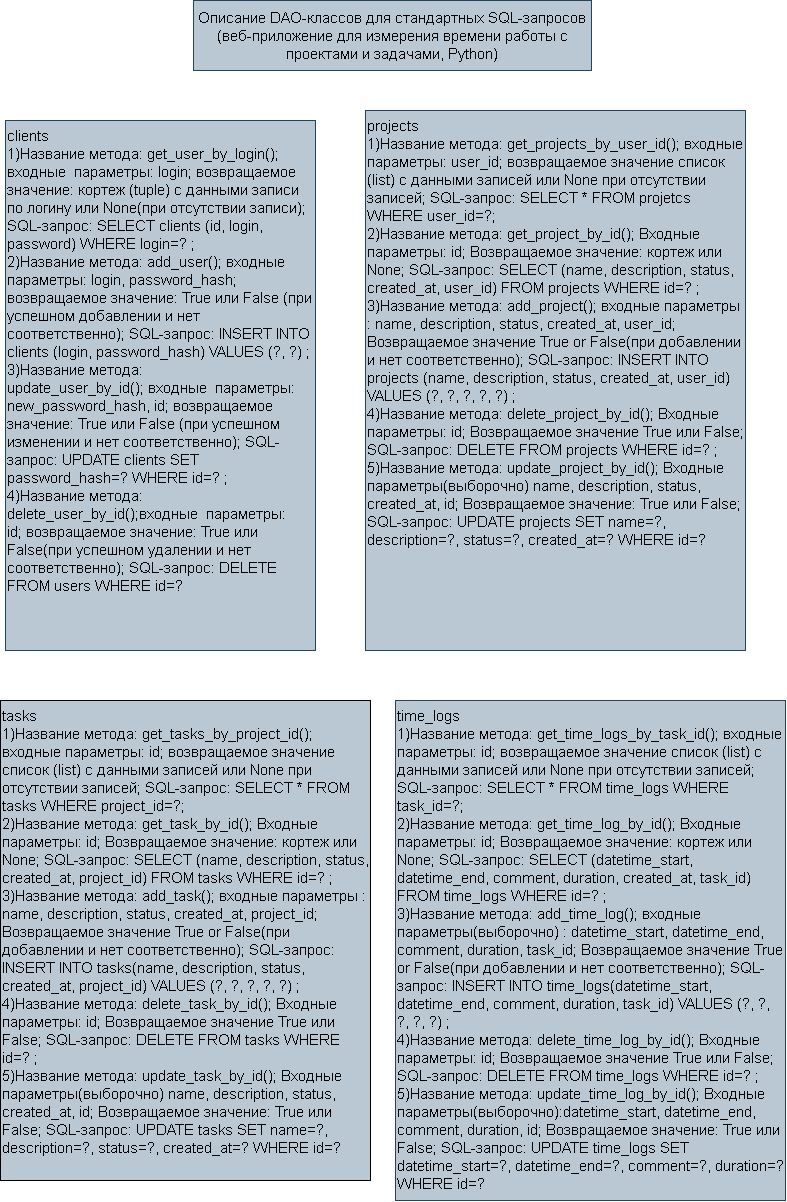
Flski/projects_time keeps this draw.io diagram as docs/DAO.png. Above is the earlier version. Source tidied: cells renumbered, new cells last; positions are measured from the earlier drawing's top-left corner, leaving out a move shared by most shapes.
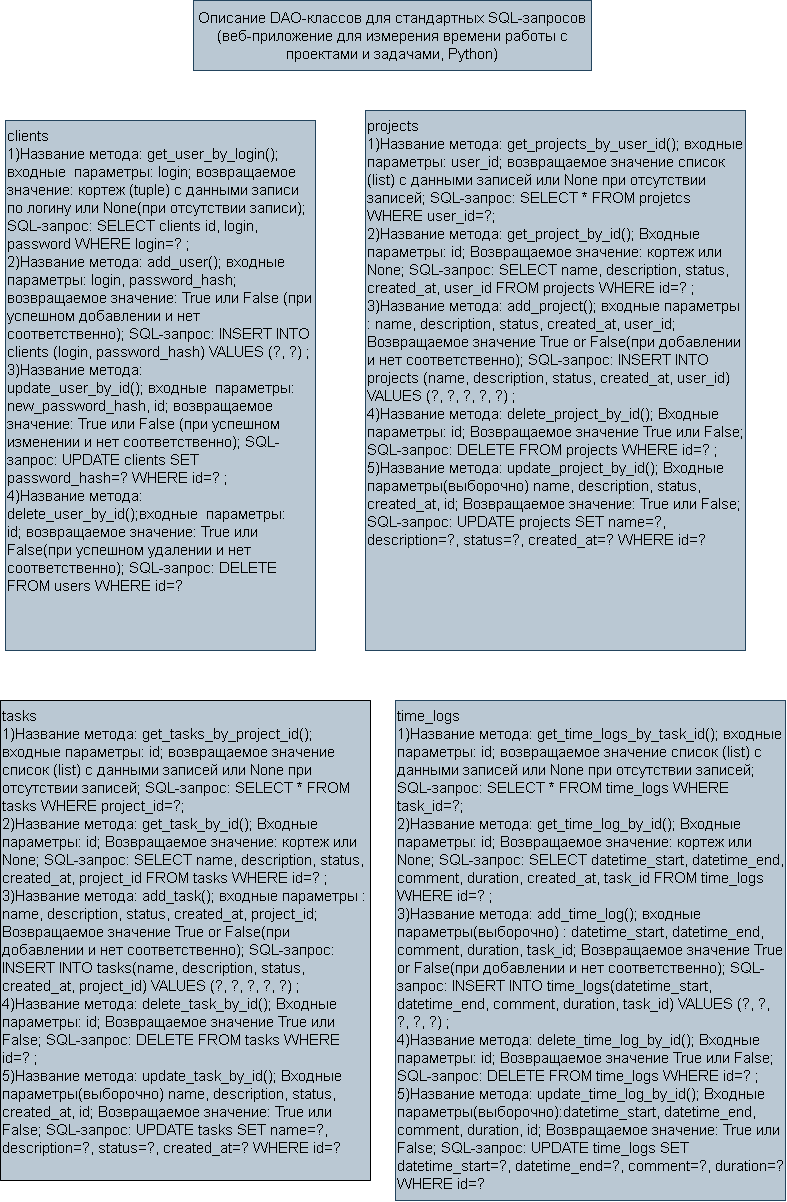
After the change.

Diff of the diagram source:
```diff
@@ -5,33 +5,33 @@
     <mxCell id="2" style="swimlane;startSize=0;" parent="1" vertex="1">
       <mxGeometry x="5" y="120" width="310" height="530" as="geometry" />
     </mxCell>
-    <mxCell id="3" value="&lt;div&gt;clients&lt;/div&gt;&lt;div&gt;1)Название метода: get_user_by_login(); входные&amp;nbsp; параметры: login; возвращаемое значение: кортеж (tuple) с данными записи по логину или None(при отсутствии записи); SQL-запрос: SELECT clients (id, login, password) WHERE login=? ;&lt;/div&gt;&lt;div&gt;2)&lt;span style=&quot;background-color: transparent; color: light-dark(rgb(0, 0, 0), rgb(255, 255, 255));&quot;&gt;Название метода: add_user();&amp;nbsp;&lt;/span&gt;&lt;span style=&quot;background-color: transparent; color: light-dark(rgb(0, 0, 0), rgb(255, 255, 255));&quot;&gt;входные&amp;nbsp; параметры:&lt;/span&gt;&lt;span style=&quot;background-color: transparent; color: light-dark(rgb(0, 0, 0), rgb(255, 255, 255));&quot;&gt;&amp;nbsp;login, password_hash; возвращаемое значение: True или False (при успешном добавлении и нет соответственно); SQL-запрос: INSERT INTO clients (login, password_hash) VALUES (?, ?) ;&lt;/span&gt;&lt;/div&gt;&lt;div&gt;&lt;span style=&quot;background-color: transparent; color: light-dark(rgb(0, 0, 0), rgb(255, 255, 255));&quot;&gt;3)&lt;/span&gt;&lt;span style=&quot;background-color: transparent; color: light-dark(rgb(0, 0, 0), rgb(255, 255, 255));&quot;&gt;Название метода: update_user_by_id();&amp;nbsp;&lt;/span&gt;&lt;span style=&quot;background-color: transparent; color: light-dark(rgb(0, 0, 0), rgb(255, 255, 255));&quot;&gt;входные&amp;nbsp; параметры: new_password_hash, id;&amp;nbsp;&lt;/span&gt;&lt;span style=&quot;background-color: transparent; color: light-dark(rgb(0, 0, 0), rgb(255, 255, 255));&quot;&gt;возвращаемое значение:&lt;/span&gt;&lt;span style=&quot;background-color: transparent; color: light-dark(rgb(0, 0, 0), rgb(255, 255, 255));&quot;&gt;&amp;nbsp;True или False (при успешном изменении и нет соответственно); SQL-запрос: UPDATE clients SET password_hash=? WHERE id=? ;&lt;/span&gt;&lt;/div&gt;&lt;div&gt;&lt;span style=&quot;background-color: transparent; color: light-dark(rgb(0, 0, 0), rgb(255, 255, 255));&quot;&gt;4)Название метода: delete_user_by_id();&lt;/span&gt;&lt;span style=&quot;background-color: transparent; color: light-dark(rgb(0, 0, 0), rgb(255, 255, 255));&quot;&gt;входные&amp;nbsp; параметры:&lt;/span&gt;&lt;span style=&quot;background-color: transparent; color: light-dark(rgb(0, 0, 0), rgb(255, 255, 255));&quot;&gt;&amp;nbsp;&lt;/span&gt;&lt;/div&gt;&lt;div&gt;&lt;span style=&quot;background-color: transparent; color: light-dark(rgb(0, 0, 0), rgb(255, 255, 255));&quot;&gt;id; возвращаемое значение: True или False(при успешном удалении и нет соответственно); SQL-запрос: DELETE FROM users WHERE id=?&lt;/span&gt;&lt;/div&gt;" style="text;html=1;whiteSpace=wrap;strokeColor=#23445d;fillColor=#bac8d3;align=left;verticalAlign=top;rounded=0;fontSize=15;" parent="2" vertex="1">
-      <mxGeometry width="310" height="530" as="geometry" />
-    </mxCell>
+    <mxCell id="13" value="&lt;div&gt;clients&lt;/div&gt;&lt;div&gt;1)Название метода: get_user_by_login(); входные&amp;nbsp; параметры: login; возвращаемое значение: кортеж (tuple) с данными записи по логину или None(при отсутствии записи); SQL-запрос: SELECT clients id, login, password WHERE login=? ;&lt;/div&gt;&lt;div&gt;2)&lt;span style=&quot;background-color: transparent; color: light-dark(rgb(0, 0, 0), rgb(255, 255, 255));&quot;&gt;Название метода: add_user();&amp;nbsp;&lt;/span&gt;&lt;span style=&quot;background-color: transparent; color: light-dark(rgb(0, 0, 0), rgb(255, 255, 255));&quot;&gt;входные&amp;nbsp; параметры:&lt;/span&gt;&lt;span style=&quot;background-color: transparent; color: light-dark(rgb(0, 0, 0), rgb(255, 255, 255));&quot;&gt;&amp;nbsp;login, password_hash; возвращаемое значение: True или False (при успешном добавлении и нет соответственно); SQL-запрос: INSERT INTO clients (login, password_hash) VALUES (?, ?) ;&lt;/span&gt;&lt;/div&gt;&lt;div&gt;&lt;span style=&quot;background-color: transparent; color: light-dark(rgb(0, 0, 0), rgb(255, 255, 255));&quot;&gt;3)&lt;/span&gt;&lt;span style=&quot;background-color: transparent; color: light-dark(rgb(0, 0, 0), rgb(255, 255, 255));&quot;&gt;Название метода: update_user_by_id();&amp;nbsp;&lt;/span&gt;&lt;span style=&quot;background-color: transparent; color: light-dark(rgb(0, 0, 0), rgb(255, 255, 255));&quot;&gt;входные&amp;nbsp; параметры: new_password_hash, id;&amp;nbsp;&lt;/span&gt;&lt;span style=&quot;background-color: transparent; color: light-dark(rgb(0, 0, 0), rgb(255, 255, 255));&quot;&gt;возвращаемое значение:&lt;/span&gt;&lt;span style=&quot;background-color: transparent; color: light-dark(rgb(0, 0, 0), rgb(255, 255, 255));&quot;&gt;&amp;nbsp;True или False (при успешном изменении и нет соответственно); SQL-запрос: UPDATE clients SET password_hash=? WHERE id=? ;&lt;/span&gt;&lt;/div&gt;&lt;div&gt;&lt;span style=&quot;background-color: transparent; color: light-dark(rgb(0, 0, 0), rgb(255, 255, 255));&quot;&gt;4)Название метода: delete_user_by_id();&lt;/span&gt;&lt;span style=&quot;background-color: transparent; color: light-dark(rgb(0, 0, 0), rgb(255, 255, 255));&quot;&gt;входные&amp;nbsp; параметры:&lt;/span&gt;&lt;span style=&quot;background-color: transparent; color: light-dark(rgb(0, 0, 0), rgb(255, 255, 255));&quot;&gt;&amp;nbsp;&lt;/span&gt;&lt;/div&gt;&lt;div&gt;&lt;span style=&quot;background-color: transparent; color: light-dark(rgb(0, 0, 0), rgb(255, 255, 255));&quot;&gt;id; возвращаемое значение: True или False(при успешном удалении и нет соответственно); SQL-запрос: DELETE FROM users WHERE id=?&lt;/span&gt;&lt;/div&gt;" style="text;html=1;whiteSpace=wrap;strokeColor=#23445d;fillColor=#bac8d3;align=left;verticalAlign=top;rounded=0;fontSize=15;" parent="2" vertex="1">
+      <mxGeometry width="310" height="530" as="geometry" />
+    </mxCell>
     <mxCell id="4" style="swimlane;startSize=0;" parent="1" vertex="1">
       <mxGeometry x="365" y="110" width="380" height="540" as="geometry" />
     </mxCell>
-    <mxCell id="5" value="&lt;div&gt;projects&lt;/div&gt;1)Название метода: get_projects_by_user_id(); входные параметры: user_id; возвращаемое значение список (list) с данными записей или None при отсутствии записей; SQL-запрос: SELECT * FROM projetcs WHERE user_id=?;&lt;div&gt;2)Название метода: get_project_by_id(); Входные параметры: id; Возвращаемое значение: кортеж или None; SQL-запрос: SELECT (name, description, status, created_at, user_id) FROM projects WHERE id=? ;&lt;br&gt;&lt;div&gt;3)Название метода: add_project(); входные параметры : name, description, status, created_at, user_id; Возвращаемое значение True or False(при добавлении и нет соответственно); SQL-запрос: INSERT INTO projects (name, description, status, created_at, user_id) VALUES (?, ?, ?, ?, ?) ;&lt;/div&gt;&lt;div&gt;4)Название метода: delete_project_by_id(); Входные параметры: id; Возвращаемое значение True или False; SQL-запрос: DELETE FROM projects WHERE id=? ;&lt;/div&gt;&lt;div&gt;5)Название метода: update_project_by_id(); Входные параметры(выборочно) name, description, status, created_at, id; Возвращаемое значение: True или False; SQL-запрос: UPDATE projects SET name=?, description=?, status=?, created_at=? WHERE id=?&lt;/div&gt;&lt;/div&gt;" style="text;html=1;whiteSpace=wrap;strokeColor=#23445d;fillColor=#bac8d3;align=left;verticalAlign=top;rounded=0;labelPosition=center;verticalLabelPosition=middle;fontSize=15;" parent="4" vertex="1">
-      <mxGeometry width="380" height="540" as="geometry" />
-    </mxCell>
-    <mxCell id="6" value="&lt;div&gt;tasks&lt;/div&gt;1)Название метода: get_tasks_by_project_id(); входные параметры: id; возвращаемое значение список (list) с данными записей или None при отсутствии записей; SQL-запрос: SELECT * FROM tasks WHERE project_id=?;&lt;div&gt;2)Название метода: get_task_by_id(); Входные параметры: id; Возвращаемое значение: кортеж или None; SQL-запрос: SELECT (name, description, status, created_at, project_id) FROM tasks WHERE id=? ;&lt;br&gt;&lt;div&gt;3)Название метода: add_task(); входные параметры : name, description, status, created_at, project_id; Возвращаемое значение True or False(при добавлении и нет соответственно); SQL-запрос: INSERT INTO tasks(name, description, status, created_at, project_id) VALUES (?, ?, ?, ?, ?) ;&lt;/div&gt;&lt;div&gt;4)Название метода: delete_task_by_id(); Входные параметры: id; Возвращаемое значение True или False; SQL-запрос: DELETE FROM tasks WHERE id=? ;&lt;/div&gt;&lt;div&gt;5)Название метода: update_task_by_id(); Входные параметры(выборочно) name, description, status, created_at, id; Возвращаемое значение: True или False; SQL-запрос: UPDATE tasks SET name=?, description=?, status=?, created_at=? WHERE id=?&lt;/div&gt;&lt;/div&gt;" style="text;html=1;whiteSpace=wrap;strokeColor=#23445d;fillColor=#bac8d3;align=left;verticalAlign=top;rounded=0;labelPosition=center;verticalLabelPosition=middle;fontSize=15;" parent="1" vertex="1">
-      <mxGeometry y="700" width="370" height="480" as="geometry" />
-    </mxCell>
+    <mxCell id="14" value="&lt;div&gt;projects&lt;/div&gt;1)Название метода: get_projects_by_user_id(); входные параметры: user_id; возвращаемое значение список (list) с данными записей или None при отсутствии записей; SQL-запрос: SELECT * FROM projetcs WHERE user_id=?;&lt;div&gt;2)Название метода: get_project_by_id(); Входные параметры: id; Возвращаемое значение: кортеж или None; SQL-запрос: SELECT name, description, status, created_at, user_id FROM projects WHERE id=? ;&lt;br&gt;&lt;div&gt;3)Название метода: add_project(); входные параметры : name, description, status, created_at, user_id; Возвращаемое значение True or False(при добавлении и нет соответственно); SQL-запрос: INSERT INTO projects (name, description, status, created_at, user_id) VALUES (?, ?, ?, ?, ?) ;&lt;/div&gt;&lt;div&gt;4)Название метода: delete_project_by_id(); Входные параметры: id; Возвращаемое значение True или False; SQL-запрос: DELETE FROM projects WHERE id=? ;&lt;/div&gt;&lt;div&gt;5)Название метода: update_project_by_id(); Входные параметры(выборочно) name, description, status, created_at, id; Возвращаемое значение: True или False; SQL-запрос: UPDATE projects SET name=?, description=?, status=?, created_at=? WHERE id=?&lt;/div&gt;&lt;/div&gt;" style="text;html=1;whiteSpace=wrap;strokeColor=#23445d;fillColor=#bac8d3;align=left;verticalAlign=top;rounded=0;labelPosition=center;verticalLabelPosition=middle;fontSize=15;" parent="4" vertex="1">
+      <mxGeometry width="380" height="540" as="geometry" />
+    </mxCell>
+    <mxCell id="15" value="&lt;div&gt;tasks&lt;/div&gt;1)Название метода: get_tasks_by_project_id(); входные параметры: id; возвращаемое значение список (list) с данными записей или None при отсутствии записей; SQL-запрос: SELECT * FROM tasks WHERE project_id=?;&lt;div&gt;2)Название метода: get_task_by_id(); Входные параметры: id; Возвращаемое значение: кортеж или None; SQL-запрос: SELECT name, description, status, created_at, project_id FROM tasks WHERE id=? ;&lt;br&gt;&lt;div&gt;3)Название метода: add_task(); входные параметры : name, description, status, created_at, project_id; Возвращаемое значение True or False(при добавлении и нет соответственно); SQL-запрос: INSERT INTO tasks(name, description, status, created_at, project_id) VALUES (?, ?, ?, ?, ?) ;&lt;/div&gt;&lt;div&gt;4)Название метода: delete_task_by_id(); Входные параметры: id; Возвращаемое значение True или False; SQL-запрос: DELETE FROM tasks WHERE id=? ;&lt;/div&gt;&lt;div&gt;5)Название метода: update_task_by_id(); Входные параметры(выборочно) name, description, status, created_at, id; Возвращаемое значение: True или False; SQL-запрос: UPDATE tasks SET name=?, description=?, status=?, created_at=? WHERE id=?&lt;/div&gt;&lt;/div&gt;" style="text;html=1;whiteSpace=wrap;strokeColor=#23445d;fillColor=#bac8d3;align=left;verticalAlign=top;rounded=0;labelPosition=center;verticalLabelPosition=middle;fontSize=15;" parent="1" vertex="1">
+      <mxGeometry y="700" width="370" height="480" as="geometry" />
+    </mxCell>
     <mxCell id="7" style="swimlane;startSize=0;" parent="1" vertex="1">
       <mxGeometry y="700" width="370" height="480" as="geometry" />
     </mxCell>
     <mxCell id="8" style="swimlane;startSize=0;" parent="1" vertex="1">
       <mxGeometry x="395" y="700" width="390" height="500" as="geometry" />
     </mxCell>
-    <mxCell id="9" value="&lt;div&gt;time_logs&lt;/div&gt;1)Название метода: get_time_logs_by_task_id(); входные параметры: id; возвращаемое значение список (list) с данными записей или None при отсутствии записей; SQL-запрос: SELECT * FROM time_logs WHERE task_id=?;&lt;div&gt;2)Название метода: get_time_log_by_id(); Входные параметры: id; Возвращаемое значение: кортеж или None; SQL-запрос: SELECT (datetime_start, datetime_end, comment, duration, created_at, task_id) FROM time_logs WHERE id=? ;&lt;br&gt;&lt;div&gt;3)Название метода: add_time_log(); входные параметры(выборочно) : datetime_start, datetime_end, comment, duration, task_id; Возвращаемое значение True or False(при добавлении и нет соответственно); SQL-запрос: INSERT INTO time_logs(datetime_start, datetime_end, comment, duration, task_id) VALUES (?, ?, ?, ?, ?) ;&lt;/div&gt;&lt;div&gt;4)Название метода: delete_time_log_by_id(); Входные параметры: id; Возвращаемое значение True или False; SQL-запрос: DELETE FROM time_logs WHERE id=? ;&lt;/div&gt;&lt;div&gt;5)Название метода: update_time_log_by_id(); Входные параметры(выборочно):datetime_start, datetime_end, comment, duration, id; Возвращаемое значение: True или False; SQL-запрос: UPDATE time_logs SET datetime_start=?, datetime_end=?, comment=?, duration=? WHERE id=?&lt;/div&gt;&lt;/div&gt;" style="text;html=1;whiteSpace=wrap;strokeColor=#23445d;fillColor=#bac8d3;align=left;verticalAlign=top;rounded=0;labelPosition=center;verticalLabelPosition=middle;fontSize=15;" parent="8" vertex="1">
-      <mxGeometry width="390" height="500" as="geometry" />
-    </mxCell>
-    <mxCell id="10" style="edgeStyle=orthogonalEdgeStyle;rounded=0;orthogonalLoop=1;jettySize=auto;html=1;innerLoopWaypoints=1;exitX=0.5;exitY=1;exitDx=0;exitDy=0;" parent="1" edge="1">
-      <mxGeometry relative="1" as="geometry">
-        <mxPoint x="145" y="110" as="sourcePoint" />
-        <mxPoint x="145" y="110" as="targetPoint" />
-      </mxGeometry>
-    </mxCell>
+    <mxCell id="16" value="&lt;div&gt;time_logs&lt;/div&gt;1)Название метода: get_time_logs_by_task_id(); входные параметры: id; возвращаемое значение список (list) с данными записей или None при отсутствии записей; SQL-запрос: SELECT * FROM time_logs WHERE task_id=?;&lt;div&gt;2)Название метода: get_time_log_by_id(); Входные параметры: id; Возвращаемое значение: кортеж или None; SQL-запрос: SELECT datetime_start, datetime_end, comment, duration, created_at, task_id FROM time_logs WHERE id=? ;&lt;br&gt;&lt;div&gt;3)Название метода: add_time_log(); входные параметры(выборочно) : datetime_start, datetime_end, comment, duration, task_id; Возвращаемое значение True or False(при добавлении и нет соответственно); SQL-запрос: INSERT INTO time_logs(datetime_start, datetime_end, comment, duration, task_id) VALUES (?, ?, ?, ?, ?) ;&lt;/div&gt;&lt;div&gt;4)Название метода: delete_time_log_by_id(); Входные параметры: id; Возвращаемое значение True или False; SQL-запрос: DELETE FROM time_logs WHERE id=? ;&lt;/div&gt;&lt;div&gt;5)Название метода: update_time_log_by_id(); Входные параметры(выборочно):datetime_start, datetime_end, comment, duration, id; Возвращаемое значение: True или False; SQL-запрос: UPDATE time_logs SET datetime_start=?, datetime_end=?, comment=?, duration=? WHERE id=?&lt;/div&gt;&lt;/div&gt;" style="text;html=1;whiteSpace=wrap;strokeColor=#23445d;fillColor=#bac8d3;align=left;verticalAlign=top;rounded=0;labelPosition=center;verticalLabelPosition=middle;fontSize=15;" parent="8" vertex="1">
+      <mxGeometry width="390" height="500" as="geometry" />
+    </mxCell>
+    <mxCell id="17" style="edgeStyle=orthogonalEdgeStyle;rounded=0;orthogonalLoop=1;jettySize=auto;html=1;innerLoopWaypoints=1;exitX=0.5;exitY=1;exitDx=0;exitDy=0;" parent="1" edge="1">
+      <mxGeometry relative="1" as="geometry">
+        <mxPoint x="145" y="110" as="sourcePoint" />
+        <mxPoint x="145" y="110" as="targetPoint" />
+      </mxGeometry>
+    </mxCell>
     <mxCell id="11" style="swimlane;startSize=0;fillColor=#bac8d3;strokeColor=#23445d;" parent="1" vertex="1">
       <mxGeometry x="193" width="398" height="70" as="geometry" />
     </mxCell>
```
